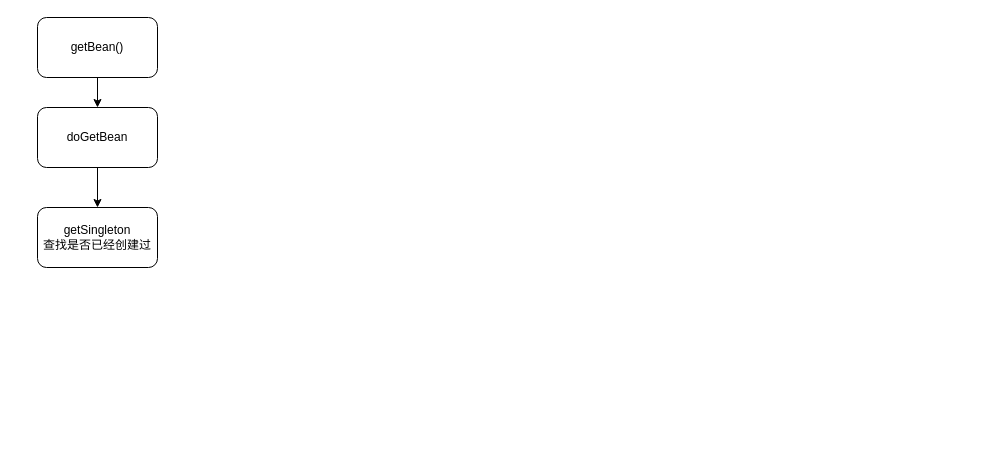
The draw.io diagram page "bean初始化" (2 of 4) of java/spring/spring.drawio in Wooyulin/yulam-fuzzy, before the edit. Source tidied: cells renumbered, new cells numbered last; positions are measured from the earlier drawing's top-left corner, leaving out a move shared by most shapes. Both pictures are drawn from the tidied source at 100%, with x=0, y=0 at pixel (37, 17).
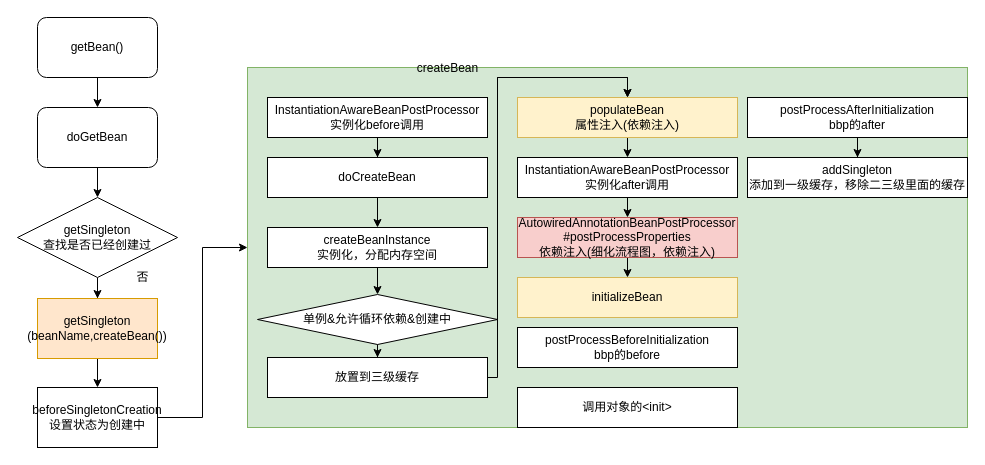
The same diagram, later.

Diff of the diagram source:
```diff
@@
+    <mxCell id="7" style="rounded=0;whiteSpace=wrap;html=1;fillColor=#d5e8d4;strokeColor=#82b366;" parent="1" vertex="1">
+      <mxGeometry x="210" y="50" width="720" height="360" as="geometry" />
+    </mxCell>
@@
+    <mxCell id="8" style="edgeStyle=orthogonalEdgeStyle;rounded=0;jettySize=auto;html=1;" parent="1" edge="1" source="6" target="10">
+      <mxGeometry relative="1" as="geometry" />
+    </mxCell>
-    <mxCell id="6" value="getSingleton&lt;br&gt;查找是否已经创建过" style="rounded=1;whiteSpace=wrap;html=1;" parent="1" vertex="1">
-      <mxGeometry y="190" width="120" height="60" as="geometry" />
+    <mxCell id="6" value="&lt;span style=&quot;white-space: normal&quot;&gt;getSingleton&lt;/span&gt;&lt;br style=&quot;white-space: normal&quot;&gt;&lt;span style=&quot;white-space: normal&quot;&gt;查找是否已经创建过&lt;/span&gt;" style="rhombus;whiteSpace=wrap;html=1;" parent="1" vertex="1">
+      <mxGeometry x="-20" y="180" width="160" height="80" as="geometry" />
     </mxCell>
+    <mxCell id="9" style="edgeStyle=orthogonalEdgeStyle;rounded=0;jettySize=auto;html=1;" parent="1" edge="1" source="10" target="12">
+      <mxGeometry relative="1" as="geometry" />
+    </mxCell>
+    <mxCell id="10" value="getSingleton&lt;br&gt;(beanName,createBean())" style="rounded=0;whiteSpace=wrap;html=1;fillColor=#ffe6cc;strokeColor=#d79b00;" parent="1" vertex="1">
+      <mxGeometry y="281" width="120" height="60" as="geometry" />
+    </mxCell>
+    <mxCell id="11" style="edgeStyle=orthogonalEdgeStyle;rounded=0;jettySize=auto;html=1;" parent="1" edge="1" source="12" target="7">
+      <mxGeometry relative="1" as="geometry" />
+    </mxCell>
+    <mxCell id="12" value="beforeSingletonCreation&lt;br&gt;设置状态为创建中" style="rounded=0;whiteSpace=wrap;html=1;" parent="1" vertex="1">
+      <mxGeometry y="370" width="120" height="60" as="geometry" />
+    </mxCell>
+    <mxCell id="13" style="edgeStyle=orthogonalEdgeStyle;rounded=0;jettySize=auto;html=1;" parent="1" edge="1" source="14" target="16">
+      <mxGeometry relative="1" as="geometry" />
+    </mxCell>
+    <mxCell id="14" value="InstantiationAwareBeanPostProcessor&lt;br&gt;实例化before调用" style="rounded=0;whiteSpace=wrap;html=1;" parent="1" vertex="1">
+      <mxGeometry x="230" y="80" width="220" height="40" as="geometry" />
+    </mxCell>
+    <mxCell id="15" style="edgeStyle=orthogonalEdgeStyle;rounded=0;jettySize=auto;html=1;" parent="1" edge="1" source="16" target="18">
+      <mxGeometry relative="1" as="geometry" />
+    </mxCell>
+    <mxCell id="16" value="doCreateBean" style="rounded=0;whiteSpace=wrap;html=1;" parent="1" vertex="1">
+      <mxGeometry x="230" y="140" width="220" height="40" as="geometry" />
+    </mxCell>
+    <mxCell id="17" style="edgeStyle=orthogonalEdgeStyle;rounded=0;jettySize=auto;html=1;entryX=0.5;entryY=0;entryDx=0;entryDy=0;" parent="1" edge="1" source="18" target="23">
+      <mxGeometry relative="1" as="geometry" />
+    </mxCell>
+    <mxCell id="18" value="createBeanInstance&lt;br&gt;实例化，分配内存空间" style="rounded=0;whiteSpace=wrap;html=1;" parent="1" vertex="1">
+      <mxGeometry x="230" y="210" width="220" height="40" as="geometry" />
+    </mxCell>
+    <mxCell id="19" value="否" style="text;html=1;align=center;verticalAlign=middle;" parent="1" vertex="1">
+      <mxGeometry x="90" y="250" width="30" height="20" as="geometry" />
+    </mxCell>
+    <mxCell id="20" value="createBean" style="text;html=1;align=center;verticalAlign=middle;" parent="1" vertex="1">
+      <mxGeometry x="370" y="41" width="80" height="20" as="geometry" />
+    </mxCell>
+    <mxCell id="21" style="edgeStyle=orthogonalEdgeStyle;rounded=0;jettySize=auto;html=1;exitX=0.5;exitY=1;exitDx=0;exitDy=0;" parent="1" edge="1" source="23" target="25">
+      <mxGeometry relative="1" as="geometry" />
+    </mxCell>
+    <mxCell id="22" style="edgeStyle=orthogonalEdgeStyle;rounded=0;jettySize=auto;html=1;exitX=1;exitY=0.5;exitDx=0;exitDy=0;entryX=0.5;entryY=0;entryDx=0;entryDy=0;" parent="1" edge="1" source="23" target="27">
+      <mxGeometry relative="1" as="geometry">
+        <Array as="points">
+          <mxPoint x="460" y="60" />
+          <mxPoint x="590" y="60" />
+        </Array>
+      </mxGeometry>
+    </mxCell>
+    <mxCell id="23" value="单例&amp;amp;允许循环依赖&amp;amp;创建中" style="rhombus;whiteSpace=wrap;html=1;" parent="1" vertex="1">
+      <mxGeometry x="220" y="277" width="240" height="50" as="geometry" />
+    </mxCell>
+    <mxCell id="24" style="edgeStyle=orthogonalEdgeStyle;rounded=0;jettySize=auto;html=1;entryX=0.5;entryY=0;entryDx=0;entryDy=0;" parent="1" edge="1" source="25" target="27">
+      <mxGeometry relative="1" as="geometry">
+        <Array as="points">
+          <mxPoint x="460" y="360" />
+          <mxPoint x="460" y="60" />
+          <mxPoint x="590" y="60" />
+        </Array>
+      </mxGeometry>
+    </mxCell>
+    <mxCell id="25" value="放置到三级缓存" style="rounded=0;whiteSpace=wrap;html=1;" parent="1" vertex="1">
+      <mxGeometry x="230" y="340" width="220" height="40" as="geometry" />
+    </mxCell>
+    <mxCell id="26" style="edgeStyle=orthogonalEdgeStyle;rounded=0;jettySize=auto;html=1;exitX=0.5;exitY=1;exitDx=0;exitDy=0;entryX=0.5;entryY=0;entryDx=0;entryDy=0;" parent="1" edge="1" source="27" target="29">
+      <mxGeometry relative="1" as="geometry" />
+    </mxCell>
+    <mxCell id="27" value="populateBean&lt;br&gt;属性注入(依赖注入)" style="rounded=0;whiteSpace=wrap;html=1;fillColor=#fff2cc;strokeColor=#d6b656;" parent="1" vertex="1">
+      <mxGeometry x="480" y="80" width="220" height="40" as="geometry" />
+    </mxCell>
+    <mxCell id="28" style="edgeStyle=orthogonalEdgeStyle;rounded=0;jettySize=auto;html=1;exitX=0.5;exitY=1;exitDx=0;exitDy=0;entryX=0.5;entryY=0;entryDx=0;entryDy=0;" parent="1" edge="1" source="29" target="31">
+      <mxGeometry relative="1" as="geometry" />
+    </mxCell>
+    <mxCell id="29" value="InstantiationAwareBeanPostProcessor&lt;br&gt;实例化after调用" style="rounded=0;whiteSpace=wrap;html=1;" parent="1" vertex="1">
+      <mxGeometry x="480" y="140" width="220" height="40" as="geometry" />
+    </mxCell>
+    <mxCell id="30" style="edgeStyle=orthogonalEdgeStyle;rounded=0;jettySize=auto;html=1;exitX=0.5;exitY=1;exitDx=0;exitDy=0;entryX=0.5;entryY=0;entryDx=0;entryDy=0;" parent="1" edge="1" source="31" target="32">
+      <mxGeometry relative="1" as="geometry" />
+    </mxCell>
+    <mxCell id="31" value="AutowiredAnnotationBeanPostProcessor&lt;br&gt;#postProcessProperties&lt;br&gt;依赖注入(细化流程图，依赖注入)" style="rounded=0;whiteSpace=wrap;html=1;fillColor=#f8cecc;strokeColor=#b85450;" parent="1" vertex="1">
+      <mxGeometry x="480" y="200" width="220" height="40" as="geometry" />
+    </mxCell>
+    <mxCell id="32" value="initializeBean" style="rounded=0;whiteSpace=wrap;html=1;fillColor=#fff2cc;strokeColor=#d6b656;" parent="1" vertex="1">
+      <mxGeometry x="480" y="260" width="220" height="40" as="geometry" />
+    </mxCell>
+    <mxCell id="33" value="postProcessBeforeInitialization&lt;br&gt;bbp的before" style="rounded=0;whiteSpace=wrap;html=1;" parent="1" vertex="1">
+      <mxGeometry x="480" y="310" width="220" height="40" as="geometry" />
+    </mxCell>
+    <mxCell id="34" value="调用对象的&amp;lt;init&amp;gt;" style="rounded=0;whiteSpace=wrap;html=1;" parent="1" vertex="1">
+      <mxGeometry x="480" y="370" width="220" height="40" as="geometry" />
+    </mxCell>
+    <mxCell id="35" style="edgeStyle=orthogonalEdgeStyle;rounded=0;jettySize=auto;html=1;" parent="1" edge="1" source="36" target="37">
+      <mxGeometry relative="1" as="geometry" />
+    </mxCell>
+    <mxCell id="36" value="postProcessAfterInitialization&lt;br&gt;bbp的after" style="rounded=0;whiteSpace=wrap;html=1;" parent="1" vertex="1">
+      <mxGeometry x="710" y="80" width="220" height="40" as="geometry" />
+    </mxCell>
+    <mxCell id="37" value="addSingleton&lt;br&gt;添加到一级缓存，移除二三级里面的缓存" style="rounded=0;whiteSpace=wrap;html=1;" parent="1" vertex="1">
+      <mxGeometry x="710" y="140" width="220" height="40" as="geometry" />
+    </mxCell>
```
